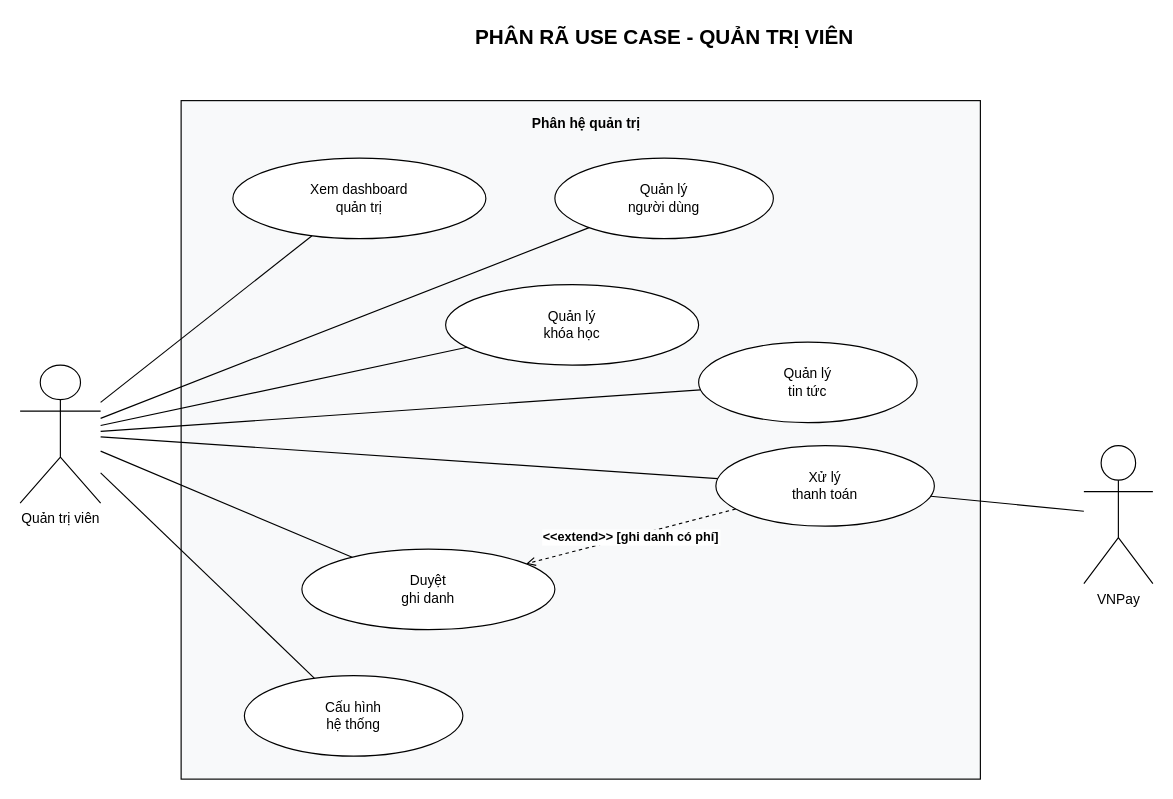
The draw.io diagram docs/uml/pages/15_uc-decomposition-admin.drawio in DangThanh2204/CongDangKy_KhaiTriEdu_Laravel-, before the edit. Source tidied: cells renumbered, new cells numbered last; positions are measured from the earlier drawing's top-left corner, leaving out a move shared by most shapes. Both pictures are drawn from the tidied source at 115%, with x=0, y=0 at pixel (20, 20).
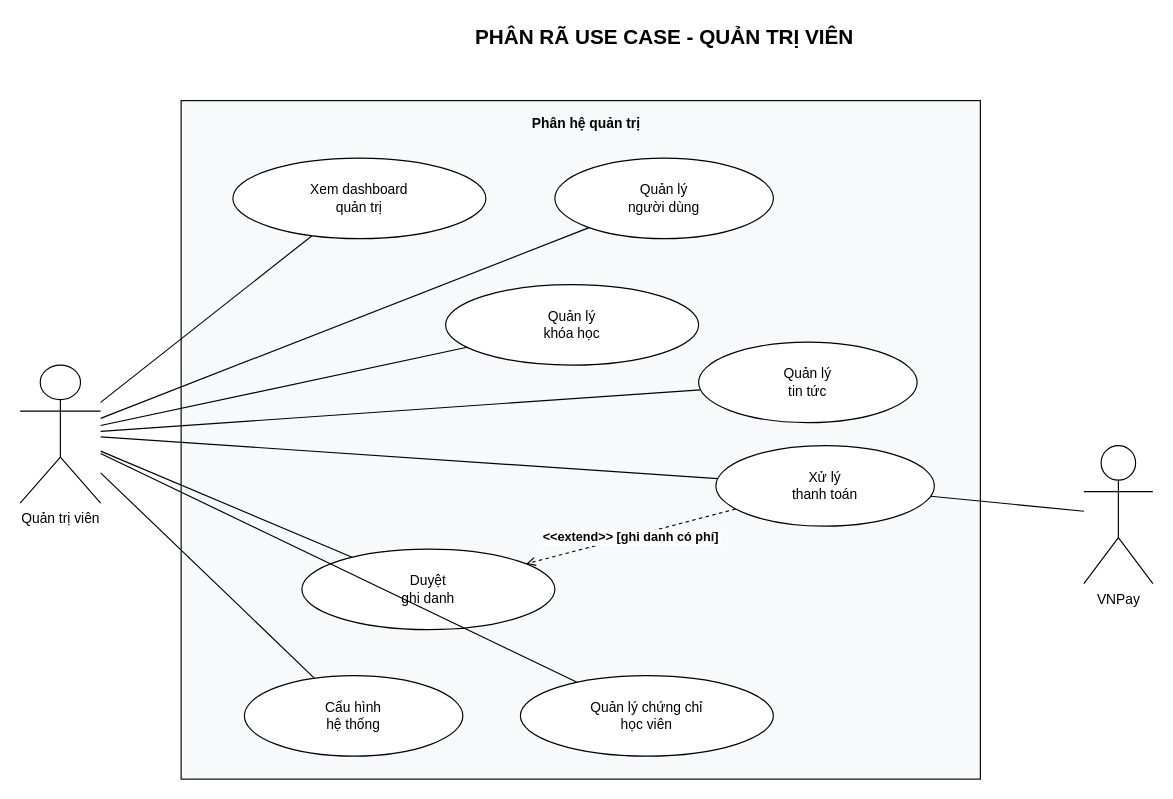
The same diagram, later.

Unchanged cells that the change refers to:
```xml
<mxCell id="4" value="Quản trị viên" style="shape=umlActor;verticalLabelPosition=bottom;verticalAlign=top;html=1;outlineConnect=0;" parent="1" vertex="1">
  <mxGeometry y="300" width="70" height="120" as="geometry" />
</mxCell>
```

Diff of the diagram source:
```diff
@@
+    <mxCell id="22" value="Quản lý chứng chỉ&#10;học viên" style="ellipse;whiteSpace=wrap;html=1;" parent="1" vertex="1">
+      <mxGeometry x="435" y="570" width="220" height="70" as="geometry" />
+    </mxCell>
@@
+    <mxCell id="23" style="endArrow=none;html=1;" parent="1" edge="1" source="4" target="22">
+      <mxGeometry relative="1" as="geometry" />
+    </mxCell>
```
